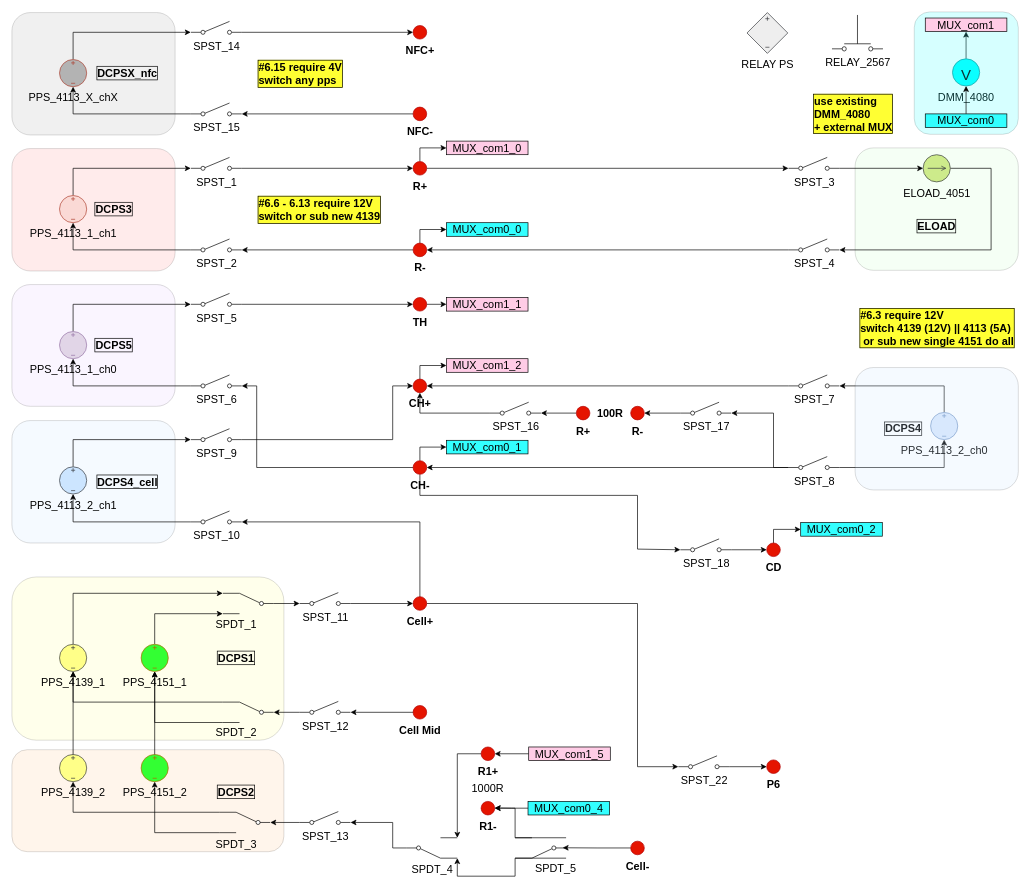
Above: BMS_device_B_6p10.drawio in ktlim-xy/draw-io (draw.io), before the change. Source tidied: cells renumbered, new cells numbered last; positions are measured from the earlier drawing's top-left corner, leaving out a move shared by most shapes. Both pictures are drawn from the tidied source at 68%, with x=0, y=0 at pixel (12, 12).
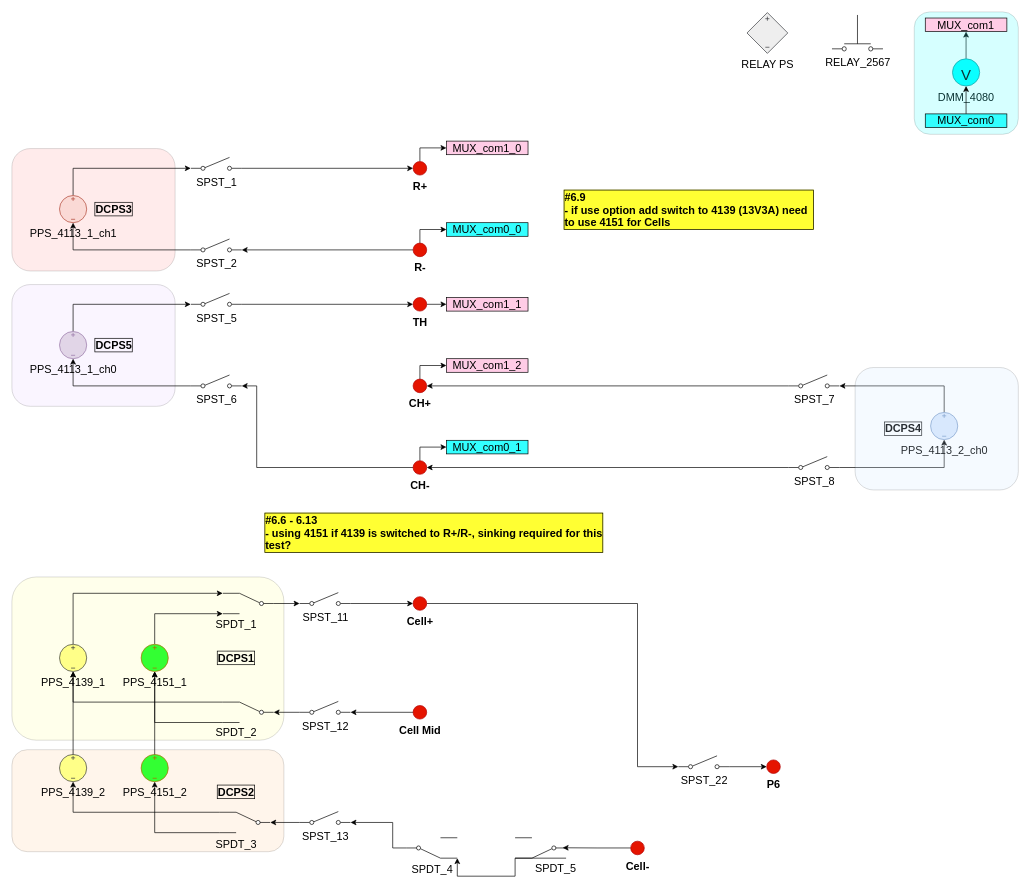
The same diagram, later.

The change refers to these unchanged cells:
```xml
<mxCell id="14" value="Cell+" style="verticalLabelPosition=bottom;shadow=0;dashed=0;align=center;html=1;verticalAlign=top;strokeWidth=1;shape=ellipse;perimeter=ellipsePerimeter;fillColor=#e51400;fontColor=light-dark(#000000,#FF0000);strokeColor=#B20000;fontSize=16;fontStyle=1;" parent="1" vertex="1">
  <mxGeometry x="590" y="860" width="20" height="20" as="geometry" />
</mxCell>
<mxCell id="20" value="CH+" style="verticalLabelPosition=bottom;shadow=0;dashed=0;align=center;html=1;verticalAlign=top;strokeWidth=1;shape=ellipse;perimeter=ellipsePerimeter;fillColor=#e51400;fontColor=light-dark(#000000,#FF0000);strokeColor=#B20000;fontSize=16;fontStyle=1;" parent="1" vertex="1">
  <mxGeometry x="590" y="540" width="20" height="20" as="geometry" />
</mxCell>
<mxCell id="24" value="CH-" style="verticalLabelPosition=bottom;shadow=0;dashed=0;align=center;html=1;verticalAlign=top;strokeWidth=1;shape=ellipse;perimeter=ellipsePerimeter;fillColor=#e51400;fontColor=light-dark(#000000,#FF0000);strokeColor=#B20000;fontSize=16;fontStyle=1;" parent="1" vertex="1">
  <mxGeometry x="590" y="660" width="20" height="20" as="geometry" />
</mxCell>
<mxCell id="32" value="SPST_8" style="html=1;shape=mxgraph.electrical.electro-mechanical.singleSwitch;elSwitchState=off;verticalAlign=top;labelPosition=center;verticalLabelPosition=bottom;align=center;fontSize=16;" parent="1" vertex="1">
  <mxGeometry x="1142" y="654" width="75" height="20" as="geometry" />
</mxCell>
<mxCell id="49" value="R-" style="verticalLabelPosition=bottom;shadow=0;dashed=0;align=center;html=1;verticalAlign=top;strokeWidth=1;shape=ellipse;perimeter=ellipsePerimeter;fillColor=#e51400;fontColor=light-dark(#000000,#FF0000);strokeColor=#B20000;fontSize=16;fontStyle=1;" parent="1" vertex="1">
  <mxGeometry x="590" y="340" width="20" height="20" as="geometry" />
</mxCell>
<mxCell id="52" value="R+" style="verticalLabelPosition=bottom;shadow=0;dashed=0;align=center;html=1;verticalAlign=top;strokeWidth=1;shape=ellipse;perimeter=ellipsePerimeter;fillColor=#e51400;fontColor=light-dark(#000000,#FF0000);strokeColor=#B20000;fontSize=16;fontStyle=1;" parent="1" vertex="1">
  <mxGeometry x="590" y="220" width="20" height="20" as="geometry" />
</mxCell>
<mxCell id="93" value="SPDT_4" style="verticalLabelPosition=bottom;shadow=0;dashed=0;align=center;html=1;verticalAlign=top;shape=mxgraph.electrical.electro-mechanical.twoWayContact2;elSwitchState=2;rotation=0;fontSize=16;" parent="1" vertex="1">
  <mxGeometry x="580" y="1214.5" width="75" height="30" as="geometry" />
</mxCell>
<mxCell id="96" style="verticalLabelPosition=bottom;shadow=0;dashed=0;align=center;html=1;verticalAlign=top;shape=mxgraph.electrical.electro-mechanical.twoWayContact2;elSwitchState=2;rotation=-90;flipH=0;legacyAnchorPoints=0;flipV=1;direction=south;fontSize=16;" parent="1" vertex="1">
  <mxGeometry x="762.5" y="1192" width="30" height="75" as="geometry" />
</mxCell>
```

Diff of the diagram source:
```diff
@@
-    <mxCell id="9" style="rounded=1;whiteSpace=wrap;html=1;fillColor=#CCE5FF;gradientColor=none;fillStyle=auto;gradientDirection=radial;opacity=20;fontSize=16;" parent="1" vertex="1">
-      <mxGeometry y="601" width="240" height="180" as="geometry" />
-    </mxCell>
@@
-    <mxCell id="11" style="rounded=1;whiteSpace=wrap;html=1;fillColor=#CCFFCC;gradientColor=none;fillStyle=auto;gradientDirection=radial;opacity=20;fontSize=16;" parent="1" vertex="1">
-      <mxGeometry x="1240" y="200" width="240" height="180" as="geometry" />
-    </mxCell>
-    <mxCell id="12" style="edgeStyle=orthogonalEdgeStyle;rounded=0;jettySize=auto;html=1;exitX=0;exitY=0.5;exitDx=0;exitDy=0;entryX=1;entryY=0.8;entryDx=0;entryDy=0;" parent="1" edge="1" source="14" target="35">
-      <mxGeometry relative="1" as="geometry">
-        <Array as="points">
-          <mxPoint x="600" y="870" />
-          <mxPoint x="600" y="750" />
-        </Array>
-      </mxGeometry>
-    </mxCell>
@@
-    <mxCell id="22" style="edgeStyle=orthogonalEdgeStyle;rounded=0;jettySize=auto;html=1;exitX=0.5;exitY=1;exitDx=0;exitDy=0;entryX=0;entryY=0.8;entryDx=0;entryDy=0;" parent="1" edge="1" source="24" target="139">
-      <mxGeometry relative="1" as="geometry">
-        <Array as="points">
-          <mxPoint x="600" y="711" />
-          <mxPoint x="920" y="711" />
-          <mxPoint x="920" y="790" />
-          <mxPoint x="983" y="790" />
-        </Array>
-      </mxGeometry>
-    </mxCell>
@@
-    <mxCell id="31" style="edgeStyle=orthogonalEdgeStyle;rounded=0;jettySize=auto;html=1;exitX=0;exitY=0.8;exitDx=0;exitDy=0;entryX=1;entryY=0.8;entryDx=0;entryDy=0;" parent="1" edge="1" source="32" target="104">
-      <mxGeometry relative="1" as="geometry">
-        <Array as="points">
-          <mxPoint x="1120" y="670" />
-          <mxPoint x="1120" y="590" />
-        </Array>
-      </mxGeometry>
-    </mxCell>
@@
-    <mxCell id="33" style="edgeStyle=orthogonalEdgeStyle;rounded=0;jettySize=auto;html=1;exitX=1;exitY=0.8;exitDx=0;exitDy=0;entryX=0;entryY=0.5;entryDx=0;entryDy=0;fontSize=16;" parent="1" edge="1" source="34" target="20">
-      <mxGeometry relative="1" as="geometry">
-        <Array as="points">
-          <mxPoint x="560" y="629" />
-          <mxPoint x="560" y="550" />
-        </Array>
-      </mxGeometry>
-    </mxCell>
-    <mxCell id="34" value="SPST_9" style="html=1;shape=mxgraph.electrical.electro-mechanical.singleSwitch;elSwitchState=off;verticalAlign=top;labelPosition=center;verticalLabelPosition=bottom;align=center;fontSize=16;" parent="1" vertex="1">
-      <mxGeometry x="263" y="613" width="75" height="20" as="geometry" />
-    </mxCell>
-    <mxCell id="35" value="SPST_10" style="html=1;shape=mxgraph.electrical.electro-mechanical.singleSwitch;elSwitchState=off;verticalAlign=top;labelPosition=center;verticalLabelPosition=bottom;align=center;fontSize=16;" parent="1" vertex="1">
-      <mxGeometry x="263" y="734" width="75" height="20" as="geometry" />
-    </mxCell>
-    <mxCell id="36" style="edgeStyle=orthogonalEdgeStyle;rounded=0;jettySize=auto;html=1;exitX=0.5;exitY=0;exitDx=0;exitDy=0;exitPerimeter=0;entryX=0;entryY=0.8;entryDx=0;entryDy=0;fontSize=16;" parent="1" edge="1" source="37" target="34">
-      <mxGeometry relative="1" as="geometry" />
-    </mxCell>
-    <mxCell id="37" value="PPS_4113_2_ch1" style="verticalLabelPosition=bottom;shadow=0;dashed=0;align=center;html=1;verticalAlign=top;shape=mxgraph.electrical.signal_sources.source;points=[[0.5,0,0],[1,0.5,0],[0.5,1,0],[0,0.5,0]];elSignalType=dc3;rotation=0;fillColor=#cce5ff;strokeColor=#36393d;labelPosition=center;fontSize=16;" parent="1" vertex="1">
-      <mxGeometry x="70" y="669" width="40" height="40" as="geometry" />
-    </mxCell>
-    <mxCell id="38" style="edgeStyle=orthogonalEdgeStyle;rounded=0;jettySize=auto;html=1;exitX=0;exitY=0.8;exitDx=0;exitDy=0;entryX=0.5;entryY=1;entryDx=0;entryDy=0;entryPerimeter=0;fontSize=16;" parent="1" edge="1" source="35" target="37">
-      <mxGeometry relative="1" as="geometry" />
-    </mxCell>
@@
-    <mxCell id="50" style="edgeStyle=orthogonalEdgeStyle;rounded=0;jettySize=auto;html=1;exitX=1;exitY=0.5;exitDx=0;exitDy=0;entryX=0;entryY=0.8;entryDx=0;entryDy=0;fontSize=16;" parent="1" edge="1" source="52" target="60">
-      <mxGeometry relative="1" as="geometry" />
-    </mxCell>
@@
-    <mxCell id="58" style="edgeStyle=orthogonalEdgeStyle;rounded=0;jettySize=auto;html=1;exitX=1;exitY=0.5;exitDx=0;exitDy=0;exitPerimeter=0;entryX=1;entryY=0.8;entryDx=0;entryDy=0;" parent="1" edge="1" source="59" target="62">
-      <mxGeometry relative="1" as="geometry">
-        <Array as="points">
-          <mxPoint x="1440" y="230" />
-          <mxPoint x="1440" y="350" />
-        </Array>
-      </mxGeometry>
-    </mxCell>
-    <mxCell id="59" value="ELOAD_4051" style="verticalLabelPosition=bottom;shadow=0;dashed=0;align=center;html=1;verticalAlign=top;shape=mxgraph.electrical.signal_sources.source;points=[[0.5,0,0],[1,0.5,0],[0.5,1,0],[0,0.5,0]];elSignalType=dc1;rotation=0;labelPosition=center;fillColor=#cdeb8b;strokeColor=#36393d;fontSize=16;" parent="1" vertex="1">
-      <mxGeometry x="1340" y="210" width="40" height="40" as="geometry" />
-    </mxCell>
-    <mxCell id="60" value="SPST_3" style="html=1;shape=mxgraph.electrical.electro-mechanical.singleSwitch;elSwitchState=off;verticalAlign=top;labelPosition=center;verticalLabelPosition=bottom;align=center;fontSize=16;" parent="1" vertex="1">
-      <mxGeometry x="1142" y="214" width="75" height="20" as="geometry" />
-    </mxCell>
-    <mxCell id="61" style="edgeStyle=orthogonalEdgeStyle;rounded=0;jettySize=auto;html=1;exitX=0;exitY=0.8;exitDx=0;exitDy=0;entryX=1;entryY=0.5;entryDx=0;entryDy=0;fontSize=16;" parent="1" edge="1" source="62" target="49">
-      <mxGeometry relative="1" as="geometry" />
-    </mxCell>
-    <mxCell id="62" value="SPST_4" style="html=1;shape=mxgraph.electrical.electro-mechanical.singleSwitch;elSwitchState=off;verticalAlign=top;labelPosition=center;verticalLabelPosition=bottom;align=center;fontSize=16;" parent="1" vertex="1">
-      <mxGeometry x="1142" y="334" width="75" height="20" as="geometry" />
-    </mxCell>
@@
-    <mxCell id="78" style="edgeStyle=orthogonalEdgeStyle;rounded=0;jettySize=auto;html=1;exitX=1;exitY=0.8;exitDx=0;exitDy=0;entryX=0;entryY=0.5;entryDx=0;entryDy=0;entryPerimeter=0;fontSize=16;" parent="1" edge="1" source="60" target="59">
-      <mxGeometry relative="1" as="geometry" />
-    </mxCell>
@@
-    <mxCell id="85" value="&lt;span&gt;&lt;font&gt;DCPS4_cell&lt;/font&gt;&lt;/span&gt;" style="text;html=1;whiteSpace=wrap;strokeColor=none;fillColor=none;align=center;verticalAlign=middle;rounded=0;fontSize=16;fontColor=#000000;fontStyle=1;labelBorderColor=default;" parent="1" vertex="1">
-      <mxGeometry x="140" y="676" width="60" height="30" as="geometry" />
-    </mxCell>
@@
-    <mxCell id="88" value="&lt;span&gt;&lt;font&gt;ELOAD&lt;/font&gt;&lt;/span&gt;" style="text;html=1;whiteSpace=wrap;strokeColor=none;fillColor=none;align=center;verticalAlign=middle;rounded=0;fontSize=16;fontStyle=1;fontColor=#000000;labelBorderColor=default;" parent="1" vertex="1">
-      <mxGeometry x="1330" y="300" width="60" height="30" as="geometry" />
-    </mxCell>
-    <mxCell id="89" style="edgeStyle=orthogonalEdgeStyle;rounded=0;jettySize=auto;html=1;exitX=0;exitY=0.5;exitDx=0;exitDy=0;entryX=1;entryY=0;entryDx=0;entryDy=0;" parent="1" edge="1" source="90" target="93">
-      <mxGeometry relative="1" as="geometry" />
-    </mxCell>
-    <mxCell id="90" value="R1+" style="verticalLabelPosition=bottom;shadow=0;dashed=0;align=center;html=1;verticalAlign=top;strokeWidth=1;shape=ellipse;perimeter=ellipsePerimeter;fillColor=#e51400;fontColor=light-dark(#000000,#FF0000);strokeColor=#B20000;fontSize=16;fontStyle=1;" parent="1" vertex="1">
-      <mxGeometry x="690" y="1081" width="20" height="20" as="geometry" />
-    </mxCell>
-    <mxCell id="91" value="R1-" style="verticalLabelPosition=bottom;shadow=0;dashed=0;align=center;html=1;verticalAlign=top;strokeWidth=1;shape=ellipse;perimeter=ellipsePerimeter;fillColor=#e51400;fontColor=light-dark(#000000,#FF0000);strokeColor=#B20000;fontSize=16;fontStyle=1;" parent="1" vertex="1">
-      <mxGeometry x="690" y="1161" width="20" height="20" as="geometry" />
-    </mxCell>
@@
-    <mxCell id="95" style="edgeStyle=orthogonalEdgeStyle;rounded=0;jettySize=auto;html=1;exitX=1;exitY=0;exitDx=0;exitDy=0;entryX=1;entryY=0.5;entryDx=0;entryDy=0;" parent="1" edge="1" source="96" target="91">
-      <mxGeometry relative="1" as="geometry">
-        <Array as="points">
-          <mxPoint x="740" y="1171" />
-        </Array>
-      </mxGeometry>
-    </mxCell>
@@
-    <mxCell id="98" style="edgeStyle=orthogonalEdgeStyle;rounded=0;jettySize=auto;html=1;exitX=0;exitY=0.8;exitDx=0;exitDy=0;entryX=0.5;entryY=1;entryDx=0;entryDy=0;" parent="1" edge="1" source="99" target="20">
-      <mxGeometry relative="1" as="geometry" />
-    </mxCell>
-    <mxCell id="99" value="SPST_16" style="html=1;shape=mxgraph.electrical.electro-mechanical.singleSwitch;elSwitchState=off;labelPosition=center;verticalLabelPosition=bottom;align=center;verticalAlign=top;fontSize=16;" parent="1" vertex="1">
-      <mxGeometry x="703" y="574" width="75" height="20" as="geometry" />
-    </mxCell>
-    <mxCell id="100" style="edgeStyle=orthogonalEdgeStyle;rounded=0;jettySize=auto;html=1;exitX=0;exitY=0.5;exitDx=0;exitDy=0;entryX=1;entryY=0.8;entryDx=0;entryDy=0;" parent="1" edge="1" source="101" target="99">
-      <mxGeometry relative="1" as="geometry" />
-    </mxCell>
-    <mxCell id="101" value="R+" style="verticalLabelPosition=bottom;shadow=0;dashed=0;align=center;html=1;verticalAlign=top;strokeWidth=1;shape=ellipse;perimeter=ellipsePerimeter;fillColor=#e51400;fontColor=light-dark(#000000,#FF0000);strokeColor=#B20000;fontSize=16;fontStyle=1;" parent="1" vertex="1">
-      <mxGeometry x="830" y="580" width="20" height="20" as="geometry" />
-    </mxCell>
-    <mxCell id="102" value="R-" style="verticalLabelPosition=bottom;shadow=0;dashed=0;align=center;html=1;verticalAlign=top;strokeWidth=1;shape=ellipse;perimeter=ellipsePerimeter;fillColor=#e51400;fontColor=light-dark(#000000,#FF0000);strokeColor=#B20000;fontSize=16;fontStyle=1;" parent="1" vertex="1">
-      <mxGeometry x="910" y="580" width="20" height="20" as="geometry" />
-    </mxCell>
-    <mxCell id="103" style="edgeStyle=orthogonalEdgeStyle;rounded=0;jettySize=auto;html=1;exitX=0;exitY=0.8;exitDx=0;exitDy=0;entryX=1;entryY=0.5;entryDx=0;entryDy=0;fontSize=16;" parent="1" edge="1" source="104" target="102">
-      <mxGeometry relative="1" as="geometry" />
-    </mxCell>
-    <mxCell id="104" value="SPST_17" style="html=1;shape=mxgraph.electrical.electro-mechanical.singleSwitch;elSwitchState=off;labelPosition=center;verticalLabelPosition=bottom;align=center;verticalAlign=top;fontSize=16;" parent="1" vertex="1">
-      <mxGeometry x="983" y="574" width="75" height="20" as="geometry" />
-    </mxCell>
@@
-    <mxCell id="112" style="edgeStyle=orthogonalEdgeStyle;rounded=0;jettySize=auto;html=1;exitX=0;exitY=0.5;exitDx=0;exitDy=0;entryX=1;entryY=0.5;entryDx=0;entryDy=0;" parent="1" edge="1" source="113" target="90">
-      <mxGeometry relative="1" as="geometry" />
-    </mxCell>
-    <mxCell id="113" value="MUX_com1_5" style="rounded=0;whiteSpace=wrap;html=1;fillColor=#FFCCE6;fontSize=16;" parent="1" vertex="1">
-      <mxGeometry x="760" y="1081" width="120" height="20" as="geometry" />
-    </mxCell>
-    <mxCell id="114" style="edgeStyle=orthogonalEdgeStyle;rounded=0;jettySize=auto;html=1;exitX=0;exitY=0.5;exitDx=0;exitDy=0;" parent="1" edge="1" source="115">
-      <mxGeometry relative="1" as="geometry">
-        <mxPoint x="710" y="1170.7" as="targetPoint" />
-      </mxGeometry>
-    </mxCell>
-    <mxCell id="115" value="MUX_com0_4" style="rounded=0;whiteSpace=wrap;html=1;fillColor=#33FFFF;fontSize=16;" parent="1" vertex="1">
-      <mxGeometry x="759" y="1161" width="120" height="20" as="geometry" />
-    </mxCell>
@@
-    <mxCell id="119" style="edgeStyle=orthogonalEdgeStyle;rounded=0;jettySize=auto;html=1;exitX=0;exitY=0.5;exitDx=0;exitDy=0;entryX=1;entryY=0.8;entryDx=0;entryDy=0;fontSize=16;" parent="1" edge="1" source="120" target="132">
-      <mxGeometry relative="1" as="geometry" />
-    </mxCell>
-    <mxCell id="120" value="NFC-" style="verticalLabelPosition=bottom;shadow=0;dashed=0;align=center;html=1;verticalAlign=top;strokeWidth=1;shape=ellipse;perimeter=ellipsePerimeter;fillColor=#e51400;fontColor=light-dark(#000000,#FF0000);strokeColor=#B20000;fontSize=16;fontStyle=1;" parent="1" vertex="1">
-      <mxGeometry x="590" y="140" width="20" height="20" as="geometry" />
-    </mxCell>
-    <mxCell id="121" value="NFC+" style="verticalLabelPosition=bottom;shadow=0;dashed=0;align=center;html=1;verticalAlign=top;strokeWidth=1;shape=ellipse;perimeter=ellipsePerimeter;fillColor=#e51400;fontColor=light-dark(#000000,#FF0000);strokeColor=#B20000;fontSize=16;fontStyle=1;" parent="1" vertex="1">
-      <mxGeometry x="590" y="20" width="20" height="20" as="geometry" />
-    </mxCell>
-    <mxCell id="122" value="#6.6 - 6.13 require 12V&lt;br&gt;switch or sub new 4139" style="text;html=1;whiteSpace=wrap;strokeColor=none;fillColor=none;align=left;verticalAlign=middle;rounded=0;fontStyle=1;fontColor=#000000;fontSize=16;labelBorderColor=default;labelBackgroundColor=#FFFF33;" parent="1" vertex="1">
-      <mxGeometry x="360" y="276" width="230" height="30" as="geometry" />
-    </mxCell>
-    <mxCell id="123" value="#6.15 require 4V&lt;div&gt;switch any pps&lt;/div&gt;" style="text;html=1;whiteSpace=wrap;strokeColor=none;fillColor=none;align=left;verticalAlign=middle;rounded=0;fontStyle=1;fontColor=#000000;fontSize=16;labelBorderColor=default;labelBackgroundColor=#FFFF33;" parent="1" vertex="1">
-      <mxGeometry x="360" y="76" width="180" height="30" as="geometry" />
-    </mxCell>
-    <mxCell id="124" value="#6.3 require 12V&lt;br&gt;switch 4139 (12V) || 4113 (5A)&lt;br&gt;&amp;nbsp;or sub new single 4151 do all" style="text;html=1;whiteSpace=wrap;strokeColor=none;fillColor=none;align=left;verticalAlign=middle;rounded=0;fontStyle=1;fontColor=#000000;fontSize=16;labelBorderColor=default;labelBackgroundColor=#FFFF33;" parent="1" vertex="1">
-      <mxGeometry x="1245" y="440" width="235" height="49" as="geometry" />
-    </mxCell>
-    <mxCell id="125" value="use existing&lt;br&gt;DMM_4080&amp;nbsp;&lt;div&gt;+ external MUX&lt;/div&gt;" style="text;html=1;whiteSpace=wrap;strokeColor=none;fillColor=none;align=left;verticalAlign=middle;rounded=0;fontStyle=1;fontColor=#000000;fontSize=16;labelBorderColor=default;labelBackgroundColor=#FFFF33;" parent="1" vertex="1">
-      <mxGeometry x="1177" y="121" width="160" height="58" as="geometry" />
-    </mxCell>
@@
-    <mxCell id="127" style="rounded=1;whiteSpace=wrap;html=1;fillColor=#B3B3B3;gradientColor=none;fillStyle=auto;gradientDirection=radial;opacity=20;fontSize=16;" parent="1" vertex="1">
-      <mxGeometry y="1" width="240" height="180" as="geometry" />
-    </mxCell>
-    <mxCell id="128" style="edgeStyle=orthogonalEdgeStyle;rounded=0;jettySize=auto;html=1;exitX=0.5;exitY=0;exitDx=0;exitDy=0;exitPerimeter=0;entryX=0;entryY=0.8;entryDx=0;entryDy=0;fontSize=16;" parent="1" edge="1" source="129" target="131">
-      <mxGeometry relative="1" as="geometry" />
-    </mxCell>
-    <mxCell id="129" value="PPS_4113_X_chX" style="verticalLabelPosition=bottom;shadow=0;dashed=0;align=center;html=1;verticalAlign=top;shape=mxgraph.electrical.signal_sources.source;points=[[0.5,0,0],[1,0.5,0],[0.5,1,0],[0,0.5,0]];elSignalType=dc3;rotation=0;fillColor=#B3B3B3;strokeColor=#ae4132;fontSize=16;" parent="1" vertex="1">
-      <mxGeometry x="70" y="70" width="40" height="40" as="geometry" />
-    </mxCell>
-    <mxCell id="130" style="edgeStyle=orthogonalEdgeStyle;rounded=0;jettySize=auto;html=1;exitX=1;exitY=0.8;exitDx=0;exitDy=0;entryX=0;entryY=0.5;entryDx=0;entryDy=0;fontSize=16;" parent="1" edge="1" source="131" target="121">
-      <mxGeometry relative="1" as="geometry" />
-    </mxCell>
-    <mxCell id="131" value="SPST_14" style="html=1;shape=mxgraph.electrical.electro-mechanical.singleSwitch;elSwitchState=off;verticalAlign=top;labelPosition=center;verticalLabelPosition=bottom;align=center;fontSize=16;" parent="1" vertex="1">
-      <mxGeometry x="263" y="14" width="75" height="20" as="geometry" />
-    </mxCell>
-    <mxCell id="132" value="SPST_15" style="html=1;shape=mxgraph.electrical.electro-mechanical.singleSwitch;elSwitchState=off;verticalAlign=top;labelPosition=center;verticalLabelPosition=bottom;align=center;fontSize=16;" parent="1" vertex="1">
-      <mxGeometry x="263" y="134" width="75" height="20" as="geometry" />
-    </mxCell>
-    <mxCell id="133" style="edgeStyle=orthogonalEdgeStyle;rounded=0;jettySize=auto;html=1;exitX=0;exitY=0.8;exitDx=0;exitDy=0;entryX=0.5;entryY=1;entryDx=0;entryDy=0;entryPerimeter=0;fontSize=16;" parent="1" edge="1" source="132" target="129">
-      <mxGeometry relative="1" as="geometry" />
-    </mxCell>
-    <mxCell id="134" value="&lt;span&gt;&lt;font&gt;DCPSX_nfc&lt;/font&gt;&lt;/span&gt;" style="text;html=1;whiteSpace=wrap;strokeColor=none;fillColor=none;align=center;verticalAlign=middle;rounded=0;fontSize=16;fontColor=#000000;fontStyle=1;labelBorderColor=default;" parent="1" vertex="1">
-      <mxGeometry x="140" y="75" width="60" height="30" as="geometry" />
-    </mxCell>
@@
-    <mxCell id="136" style="edgeStyle=orthogonalEdgeStyle;rounded=0;jettySize=auto;html=1;exitX=0.5;exitY=0;exitDx=0;exitDy=0;entryX=0;entryY=0.5;entryDx=0;entryDy=0;" parent="1" edge="1" source="137" target="140">
-      <mxGeometry relative="1" as="geometry" />
-    </mxCell>
-    <mxCell id="137" value="CD" style="verticalLabelPosition=bottom;shadow=0;dashed=0;align=center;html=1;verticalAlign=top;strokeWidth=1;shape=ellipse;perimeter=ellipsePerimeter;fillColor=#e51400;fontColor=light-dark(#000000,#FF0000);strokeColor=#B20000;fontSize=16;fontStyle=1;" parent="1" vertex="1">
-      <mxGeometry x="1110" y="781" width="20" height="20" as="geometry" />
-    </mxCell>
-    <mxCell id="138" style="edgeStyle=orthogonalEdgeStyle;rounded=0;jettySize=auto;html=1;exitX=1;exitY=0.8;exitDx=0;exitDy=0;entryX=0;entryY=0.5;entryDx=0;entryDy=0;" parent="1" edge="1" source="139" target="137">
-      <mxGeometry relative="1" as="geometry" />
-    </mxCell>
-    <mxCell id="139" value="SPST_18" style="html=1;shape=mxgraph.electrical.electro-mechanical.singleSwitch;elSwitchState=off;verticalAlign=top;labelPosition=center;verticalLabelPosition=bottom;align=center;fontSize=16;" parent="1" vertex="1">
-      <mxGeometry x="983" y="775" width="75" height="20" as="geometry" />
-    </mxCell>
-    <mxCell id="140" value="MUX_com0_2" style="rounded=0;whiteSpace=wrap;html=1;fillColor=#33FFFF;fontSize=16;" parent="1" vertex="1">
-      <mxGeometry x="1160" y="751" width="120" height="20" as="geometry" />
-    </mxCell>
@@
-    <mxCell id="147" value="100R" style="text;html=1;whiteSpace=wrap;strokeColor=none;fillColor=none;align=center;verticalAlign=middle;rounded=0;fontSize=16;fontStyle=1;" parent="1" vertex="1">
-      <mxGeometry x="850" y="575" width="60" height="30" as="geometry" />
-    </mxCell>
-    <mxCell id="148" value="1000R" style="text;html=1;whiteSpace=wrap;strokeColor=none;fillColor=none;align=center;verticalAlign=middle;rounded=0;fontSize=16;" parent="1" vertex="1">
-      <mxGeometry x="670" y="1126" width="60" height="30" as="geometry" />
-    </mxCell>
@@
+    <mxCell id="153" value="#6.9&lt;div&gt;- if use option add switch to 4139 (13V3A) need to use 4151 for Cells&lt;/div&gt;" style="text;html=1;whiteSpace=wrap;strokeColor=none;fillColor=none;align=left;verticalAlign=middle;rounded=0;fontStyle=1;fontColor=#000000;fontSize=16;labelBorderColor=default;labelBackgroundColor=#FFFF33;" parent="1" vertex="1">
+      <mxGeometry x="810" y="276" width="370" height="30" as="geometry" />
+    </mxCell>
+    <mxCell id="154" value="#6.6 - 6.13&amp;nbsp;&lt;div&gt;- using 4151 if 4139 is switched to R+/R-, sinking required for this test?&lt;/div&gt;" style="text;html=1;whiteSpace=wrap;strokeColor=none;fillColor=none;align=left;verticalAlign=middle;rounded=0;fontStyle=1;fontColor=#000000;fontSize=16;labelBorderColor=default;labelBackgroundColor=#FFFF33;" parent="1" vertex="1">
+      <mxGeometry x="370" y="751" width="500" height="30" as="geometry" />
+    </mxCell>
```
